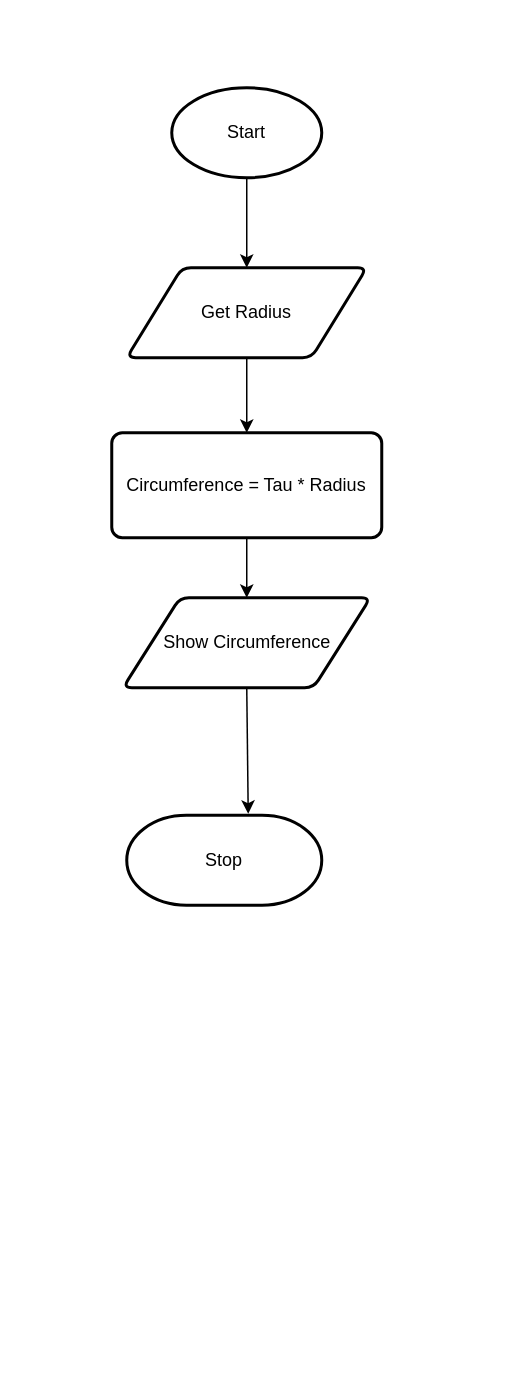
This is flowchart.drawio from Ethan-Prieur1/ICS3U-Unit6-05-Python, a draw.io file, before an edit. Source tidied: cells renumbered, new cells numbered last; positions are measured from the earlier drawing's top-left corner, leaving out a move shared by most shapes. Both pictures are drawn from the tidied source at 150%, with x=0, y=0 at pixel (111, 87).
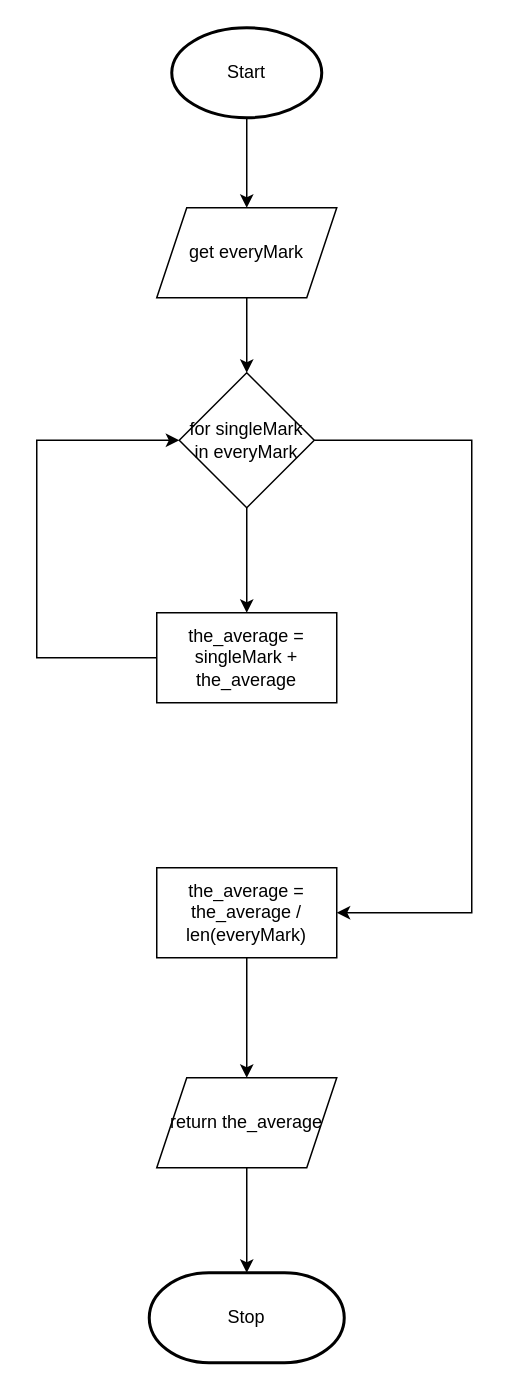
After the change.

Change to the diagram source:
```diff
@@
-    <mxCell id="2" style="edgeStyle=none;html=1;exitX=0.5;exitY=1;exitDx=0;exitDy=0;exitPerimeter=0;entryX=0.5;entryY=0;entryDx=0;entryDy=0;" parent="1" edge="1" source="3" target="5">
-      <mxGeometry relative="1" as="geometry" />
+    <mxCell id="2" style="edgeStyle=none;html=1;exitX=0.5;exitY=1;exitDx=0;exitDy=0;exitPerimeter=0;" parent="1" edge="1" source="3">
+      <mxGeometry relative="1" as="geometry">
+        <mxPoint x="90" y="80" as="targetPoint" />
+      </mxGeometry>
     </mxCell>
     <mxCell id="3" value="Start" style="strokeWidth=2;html=1;shape=mxgraph.flowchart.start_1;whiteSpace=wrap;" parent="1" vertex="1">
-      <mxGeometry x="40" width="100" height="60" as="geometry" />
+      <mxGeometry x="40" y="-40" width="100" height="60" as="geometry" />
     </mxCell>
-    <mxCell id="4" style="edgeStyle=none;html=1;exitX=0.5;exitY=1;exitDx=0;exitDy=0;entryX=0.5;entryY=0;entryDx=0;entryDy=0;" parent="1" edge="1" source="5" target="7">
-      <mxGeometry relative="1" as="geometry" />
-    </mxCell>
-    <mxCell id="5" value="Get Radius" style="shape=parallelogram;html=1;strokeWidth=2;perimeter=parallelogramPerimeter;whiteSpace=wrap;rounded=1;arcSize=12;size=0.23;" parent="1" vertex="1">
-      <mxGeometry x="10" y="120" width="160" height="60" as="geometry" />
-    </mxCell>
-    <mxCell id="6" style="edgeStyle=none;html=1;exitX=0.5;exitY=1;exitDx=0;exitDy=0;entryX=0.5;entryY=0;entryDx=0;entryDy=0;" parent="1" edge="1" source="7" target="9">
-      <mxGeometry relative="1" as="geometry" />
-    </mxCell>
-    <mxCell id="7" value="Circumference = Tau * Radius" style="rounded=1;whiteSpace=wrap;html=1;absoluteArcSize=1;arcSize=14;strokeWidth=2;" parent="1" vertex="1">
-      <mxGeometry y="230" width="180" height="70" as="geometry" />
-    </mxCell>
+    <mxCell id="10" value="Stop" style="strokeWidth=2;html=1;shape=mxgraph.flowchart.terminator;whiteSpace=wrap;" parent="1" vertex="1">
+      <mxGeometry x="25" y="790" width="130" height="60" as="geometry" />
+    </mxCell>
+    <mxCell id="11" style="edgeStyle=none;html=1;" parent="1" edge="1" source="8" target="14">
+      <mxGeometry relative="1" as="geometry" />
+    </mxCell>
-    <mxCell id="8" style="edgeStyle=none;html=1;exitX=0.5;exitY=1;exitDx=0;exitDy=0;entryX=0.623;entryY=-0.017;entryDx=0;entryDy=0;entryPerimeter=0;" parent="1" edge="1" source="9" target="10">
-      <mxGeometry relative="1" as="geometry" />
+    <mxCell id="8" value="get everyMark" style="shape=parallelogram;perimeter=parallelogramPerimeter;whiteSpace=wrap;html=1;fixedSize=1;" parent="1" vertex="1">
+      <mxGeometry x="30" y="80" width="120" height="60" as="geometry" />
     </mxCell>
-    <mxCell id="9" value="Show Circumference" style="shape=parallelogram;html=1;strokeWidth=2;perimeter=parallelogramPerimeter;whiteSpace=wrap;rounded=1;arcSize=12;size=0.23;" parent="1" vertex="1">
-      <mxGeometry x="7.5" y="340" width="165" height="60" as="geometry" />
-    </mxCell>
-    <mxCell id="10" value="Stop" style="strokeWidth=2;html=1;shape=mxgraph.flowchart.terminator;whiteSpace=wrap;" parent="1" vertex="1">
-      <mxGeometry x="10" y="485" width="130" height="60" as="geometry" />
-    </mxCell>
+    <mxCell id="12" style="edgeStyle=none;html=1;" parent="1" edge="1" source="14" target="16">
+      <mxGeometry relative="1" as="geometry" />
+    </mxCell>
+    <mxCell id="13" style="edgeStyle=none;rounded=0;html=1;entryX=1;entryY=0.5;entryDx=0;entryDy=0;" parent="1" edge="1" source="14" target="18">
+      <mxGeometry relative="1" as="geometry">
+        <Array as="points">
+          <mxPoint x="240" y="235" />
+          <mxPoint x="240" y="550" />
+        </Array>
+      </mxGeometry>
+    </mxCell>
+    <mxCell id="14" value="for singleMark in everyMark" style="rhombus;whiteSpace=wrap;html=1;" parent="1" vertex="1">
+      <mxGeometry x="45" y="190" width="90" height="90" as="geometry" />
+    </mxCell>
+    <mxCell id="15" style="edgeStyle=none;html=1;exitX=0;exitY=0.5;exitDx=0;exitDy=0;entryX=0;entryY=0.5;entryDx=0;entryDy=0;rounded=0;" parent="1" edge="1" source="16" target="14">
+      <mxGeometry relative="1" as="geometry">
+        <Array as="points">
+          <mxPoint x="-50" y="380" />
+          <mxPoint x="-50" y="235" />
+        </Array>
+      </mxGeometry>
+    </mxCell>
+    <mxCell id="16" value="the_average = singleMark + the_average" style="rounded=0;whiteSpace=wrap;html=1;" parent="1" vertex="1">
+      <mxGeometry x="30" y="350" width="120" height="60" as="geometry" />
+    </mxCell>
+    <mxCell id="17" style="edgeStyle=none;rounded=0;html=1;" parent="1" edge="1" source="18">
+      <mxGeometry relative="1" as="geometry">
+        <mxPoint x="90" y="660" as="targetPoint" />
+      </mxGeometry>
+    </mxCell>
+    <mxCell id="18" value="&lt;span&gt;the_average = the_average / len(everyMark)&lt;/span&gt;" style="whiteSpace=wrap;html=1;" parent="1" vertex="1">
+      <mxGeometry x="30" y="520" width="120" height="60" as="geometry" />
+    </mxCell>
+    <mxCell id="19" style="edgeStyle=none;rounded=0;html=1;" parent="1" edge="1" source="20" target="10">
+      <mxGeometry relative="1" as="geometry" />
+    </mxCell>
+    <mxCell id="20" value="return the_average" style="shape=parallelogram;perimeter=parallelogramPerimeter;whiteSpace=wrap;html=1;fixedSize=1;" parent="1" vertex="1">
+      <mxGeometry x="30" y="660" width="120" height="60" as="geometry" />
+    </mxCell>
```
